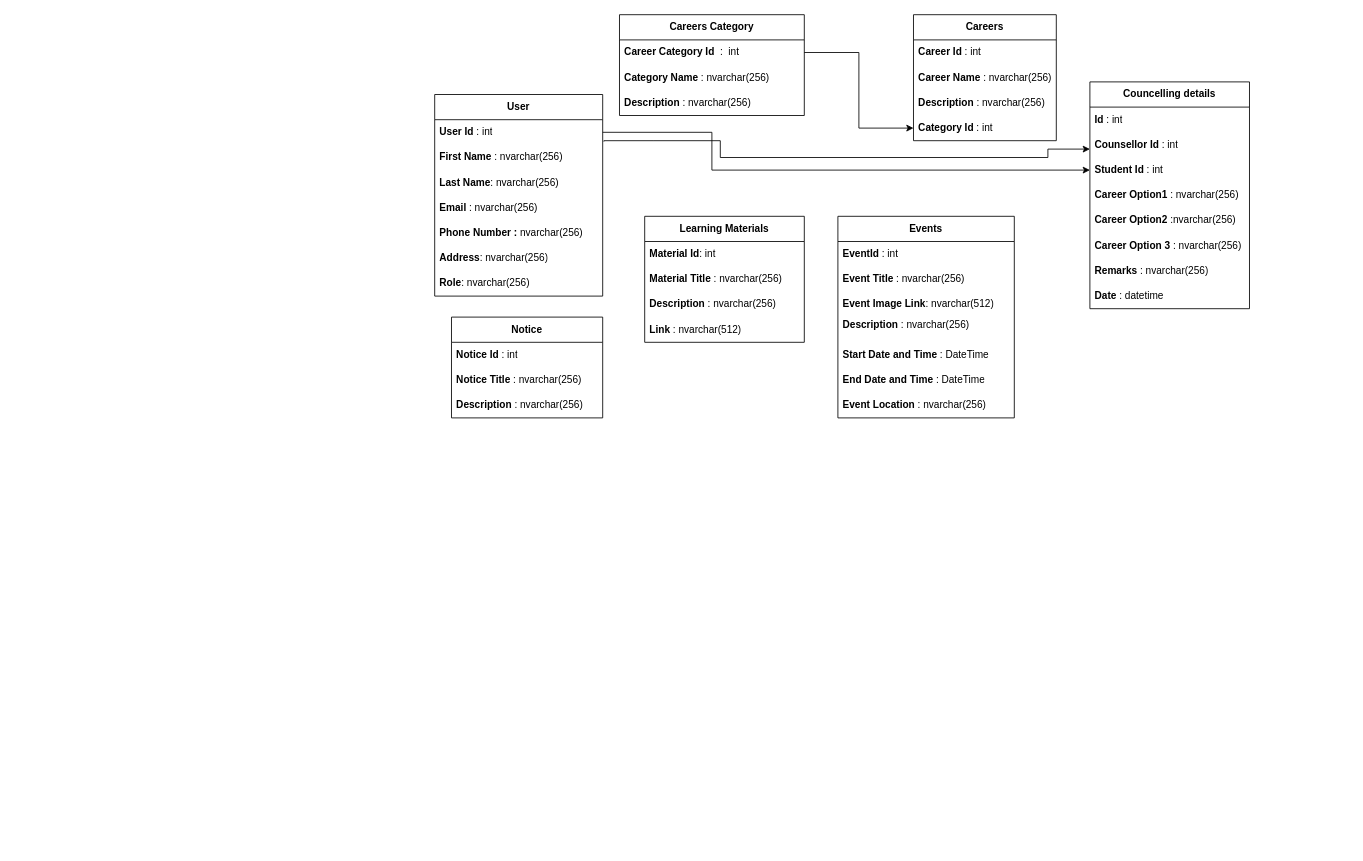
Earlier version of the draw.io diagram MutexSurvey.drawio (Ritikup/Database-Diagrams). Source tidied: cells renumbered, new cells numbered last; positions are measured from the earlier drawing's top-left corner, leaving out a move shared by most shapes. Both pictures are drawn from the tidied source at 84%, with x=0, y=0 at pixel (434, 14).
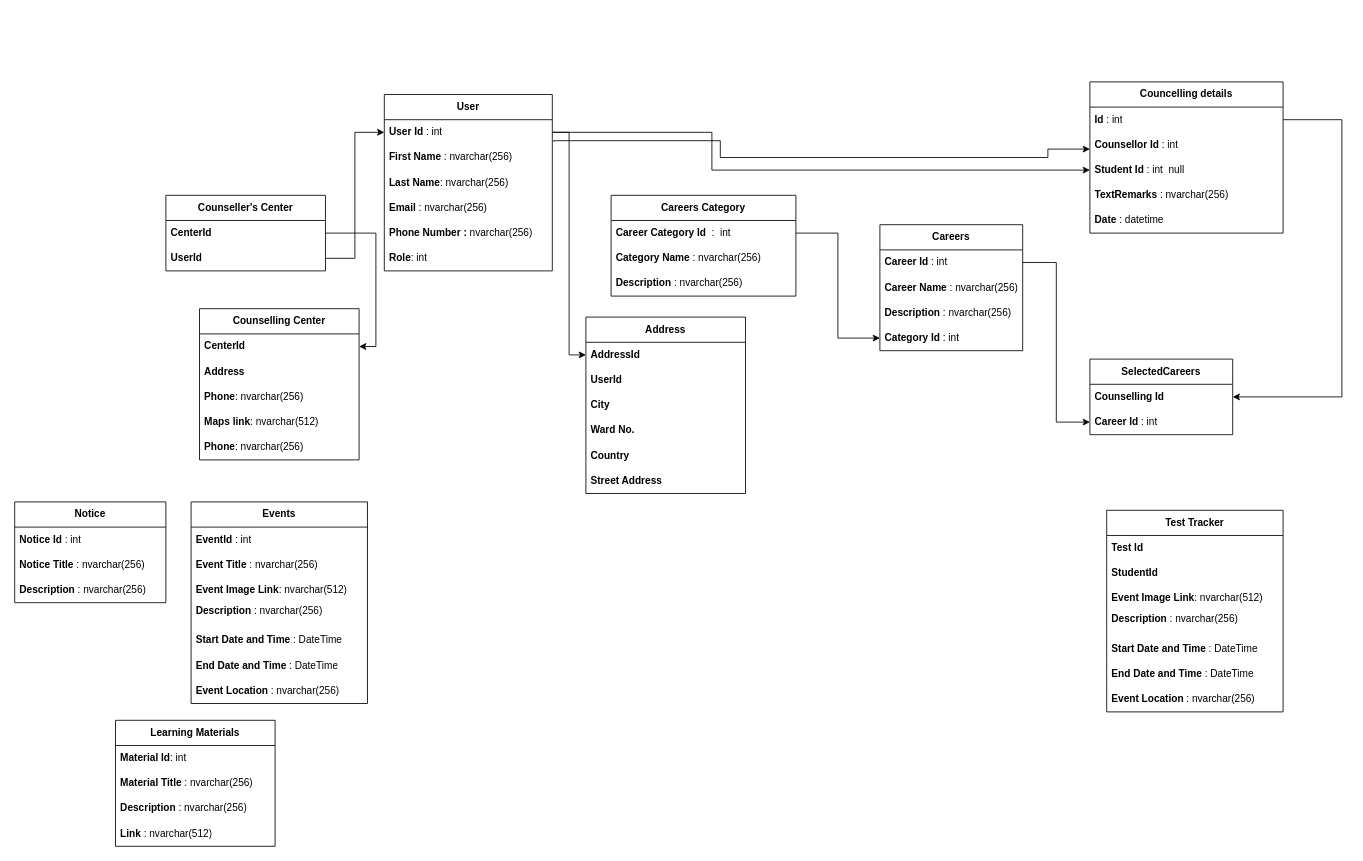
Above is the later version.

Unchanged cells that the change refers to:
```xml
<mxCell id="3" value="&lt;b&gt;User Id&lt;/b&gt; : int" style="text;strokeColor=none;fillColor=none;align=left;verticalAlign=middle;spacingLeft=4;spacingRight=4;overflow=hidden;points=[[0,0.5],[1,0.5]];portConstraint=eastwest;whiteSpace=wrap;html=1;" parent="2" vertex="1">
  <mxGeometry y="30" width="200" height="30" as="geometry" />
</mxCell>
<mxCell id="11" value="&lt;b&gt;Career Id &lt;/b&gt;: int" style="text;strokeColor=none;fillColor=none;align=left;verticalAlign=middle;spacingLeft=4;spacingRight=4;overflow=hidden;points=[[0,0.5],[1,0.5]];portConstraint=eastwest;whiteSpace=wrap;html=1;" parent="10" vertex="1">
  <mxGeometry y="30" width="170" height="30" as="geometry" />
</mxCell>
```

What changed in the source:
```diff
@@
     <mxCell id="2" value="&lt;b&gt;User&lt;/b&gt;" style="swimlane;fontStyle=0;horizontal=1;startSize=30;whiteSpace=wrap;html=1;" parent="1" vertex="1">
-      <mxGeometry y="95" width="200" height="240" as="geometry" />
+      <mxGeometry x="-60" y="95" width="200" height="210" as="geometry" />
     </mxCell>
@@
-    <mxCell id="8" value="&lt;b&gt;Address&lt;/b&gt;: nvarchar(256)" style="text;strokeColor=none;fillColor=none;align=left;verticalAlign=middle;spacingLeft=4;spacingRight=4;overflow=hidden;whiteSpace=wrap;html=1;" parent="2" vertex="1">
-      <mxGeometry y="180" width="200" height="30" as="geometry" />
-    </mxCell>
-    <mxCell id="9" value="&lt;b&gt;Role&lt;/b&gt;: nvarchar(256)" style="text;strokeColor=none;fillColor=none;align=left;verticalAlign=middle;spacingLeft=4;spacingRight=4;overflow=hidden;whiteSpace=wrap;html=1;" parent="2" vertex="1">
-      <mxGeometry y="210" width="200" height="30" as="geometry" />
+    <mxCell id="9" value="&lt;b&gt;Role&lt;/b&gt;: int" style="text;strokeColor=none;fillColor=none;align=left;verticalAlign=middle;spacingLeft=4;spacingRight=4;overflow=hidden;whiteSpace=wrap;html=1;" parent="2" vertex="1">
+      <mxGeometry y="180" width="200" height="30" as="geometry" />
     </mxCell>
     <mxCell id="10" value="&lt;b&gt;Careers&lt;/b&gt;" style="swimlane;fontStyle=0;horizontal=1;startSize=30;whiteSpace=wrap;html=1;" parent="1" vertex="1">
-      <mxGeometry x="570" width="170" height="150" as="geometry" />
+      <mxGeometry x="530" y="250" width="170" height="150" as="geometry" />
     </mxCell>
@@
     <mxCell id="15" value="&lt;b&gt;Careers Category&lt;/b&gt;" style="swimlane;fontStyle=0;horizontal=1;startSize=30;whiteSpace=wrap;html=1;" parent="1" vertex="1">
-      <mxGeometry x="220" width="220" height="120" as="geometry" />
+      <mxGeometry x="210" y="215" width="220" height="120" as="geometry" />
     </mxCell>
@@
     <mxCell id="19" value="&lt;b&gt;Learning Materials&lt;/b&gt;" style="swimlane;fontStyle=0;horizontal=1;startSize=30;whiteSpace=wrap;html=1;" parent="1" vertex="1">
-      <mxGeometry x="250" y="240" width="190" height="150" as="geometry" />
+      <mxGeometry x="-380" y="840" width="190" height="150" as="geometry" />
     </mxCell>
@@
     <mxCell id="25" value="&lt;b&gt;Events&lt;/b&gt;" style="swimlane;fontStyle=0;horizontal=1;startSize=30;whiteSpace=wrap;html=1;" parent="1" vertex="1">
-      <mxGeometry x="480" y="240" width="210" height="240" as="geometry" />
+      <mxGeometry x="-290" y="580" width="210" height="240" as="geometry" />
     </mxCell>
@@
     <mxCell id="33" value="&lt;b&gt;Notice&lt;/b&gt;" style="swimlane;fontStyle=0;horizontal=1;startSize=30;whiteSpace=wrap;html=1;" parent="1" vertex="1">
-      <mxGeometry x="20" y="360" width="180" height="120" as="geometry" />
+      <mxGeometry x="-500" y="580" width="180" height="120" as="geometry" />
     </mxCell>
@@
     <mxCell id="37" value="&lt;b&gt;Councelling details&lt;/b&gt;" style="swimlane;fontStyle=0;horizontal=1;startSize=30;whiteSpace=wrap;html=1;" parent="1" vertex="1">
-      <mxGeometry x="780" y="80" width="190" height="270" as="geometry" />
+      <mxGeometry x="780" y="80" width="230" height="180" as="geometry" />
     </mxCell>
     <mxCell id="38" value="&lt;b&gt;Id &lt;/b&gt;: int" style="text;strokeColor=none;fillColor=none;align=left;verticalAlign=middle;spacingLeft=4;spacingRight=4;overflow=hidden;points=[[0,0.5],[1,0.5]];portConstraint=eastwest;whiteSpace=wrap;html=1;" parent="37" vertex="1">
-      <mxGeometry y="30" width="190" height="30" as="geometry" />
+      <mxGeometry y="30" width="230" height="30" as="geometry" />
     </mxCell>
     <mxCell id="39" value="&lt;b&gt;Counsellor Id &lt;/b&gt;: int" style="text;strokeColor=none;fillColor=none;align=left;verticalAlign=middle;spacingLeft=4;spacingRight=4;overflow=hidden;whiteSpace=wrap;html=1;" parent="37" vertex="1">
-      <mxGeometry y="60" width="190" height="30" as="geometry" />
+      <mxGeometry y="60" width="230" height="30" as="geometry" />
     </mxCell>
-    <mxCell id="40" value="&lt;b&gt;Student Id &lt;/b&gt;: int&amp;nbsp;" style="text;strokeColor=none;fillColor=none;align=left;verticalAlign=middle;spacingLeft=4;spacingRight=4;overflow=hidden;points=[[0,0.5],[1,0.5]];portConstraint=eastwest;whiteSpace=wrap;html=1;" parent="37" vertex="1">
-      <mxGeometry y="90" width="190" height="30" as="geometry" />
-    </mxCell>
-    <mxCell id="41" value="&lt;b&gt;Career Option1 &lt;/b&gt;: nvarchar(256)" style="text;strokeColor=none;fillColor=none;align=left;verticalAlign=middle;spacingLeft=4;spacingRight=4;overflow=hidden;whiteSpace=wrap;html=1;" parent="37" vertex="1">
-      <mxGeometry y="120" width="190" height="30" as="geometry" />
-    </mxCell>
-    <mxCell id="42" value="&lt;b&gt;Career Option2 &lt;/b&gt;:nvarchar(256)" style="text;strokeColor=none;fillColor=none;align=left;verticalAlign=middle;spacingLeft=4;spacingRight=4;overflow=hidden;whiteSpace=wrap;html=1;" parent="37" vertex="1">
-      <mxGeometry y="150" width="190" height="30" as="geometry" />
-    </mxCell>
-    <mxCell id="43" value="&lt;b&gt;Career Option 3&lt;/b&gt; : nvarchar(256)" style="text;strokeColor=none;fillColor=none;align=left;verticalAlign=middle;spacingLeft=4;spacingRight=4;overflow=hidden;whiteSpace=wrap;html=1;" parent="37" vertex="1">
-      <mxGeometry y="180" width="190" height="30" as="geometry" />
-    </mxCell>
+    <mxCell id="48" value="&lt;b&gt;Student Id &lt;/b&gt;: int&amp;nbsp; null" style="text;strokeColor=none;fillColor=none;align=left;verticalAlign=middle;spacingLeft=4;spacingRight=4;overflow=hidden;whiteSpace=wrap;html=1;" parent="37" vertex="1">
+      <mxGeometry y="90" width="230" height="30" as="geometry" />
+    </mxCell>
-    <mxCell id="44" value="&lt;b&gt;Remarks &lt;/b&gt;: nvarchar(256)" style="text;strokeColor=none;fillColor=none;align=left;verticalAlign=middle;spacingLeft=4;spacingRight=4;overflow=hidden;whiteSpace=wrap;html=1;" parent="37" vertex="1">
-      <mxGeometry y="210" width="190" height="30" as="geometry" />
+    <mxCell id="44" value="&lt;b&gt;TextRemarks &lt;/b&gt;: nvarchar(256)" style="text;strokeColor=none;fillColor=none;align=left;verticalAlign=middle;spacingLeft=4;spacingRight=4;overflow=hidden;whiteSpace=wrap;html=1;" parent="37" vertex="1">
+      <mxGeometry y="120" width="230" height="30" as="geometry" />
     </mxCell>
     <mxCell id="45" value="&lt;b&gt;Date &lt;/b&gt;: datetime" style="text;strokeColor=none;fillColor=none;align=left;verticalAlign=middle;spacingLeft=4;spacingRight=4;overflow=hidden;whiteSpace=wrap;html=1;" parent="37" vertex="1">
-      <mxGeometry y="240" width="190" height="30" as="geometry" />
+      <mxGeometry y="150" width="230" height="30" as="geometry" />
     </mxCell>
-    <mxCell id="46" style="edgeStyle=orthogonalEdgeStyle;rounded=0;jettySize=auto;html=1;entryX=0;entryY=0.5;entryDx=0;entryDy=0;" parent="1" edge="1" source="3" target="40">
+    <mxCell id="46" style="edgeStyle=orthogonalEdgeStyle;rounded=0;jettySize=auto;html=1;" parent="1" edge="1" source="3">
       <mxGeometry relative="1" as="geometry">
+        <mxPoint x="780" y="185" as="targetPoint" />
         <Array as="points">
           <mxPoint x="330" y="140" />
           <mxPoint x="330" y="185" />
         </Array>
       </mxGeometry>
     </mxCell>
@@
+    <mxCell id="49" value="&lt;b&gt;SelectedCareers&lt;/b&gt;" style="swimlane;fontStyle=0;horizontal=1;startSize=30;whiteSpace=wrap;html=1;" parent="1" vertex="1">
+      <mxGeometry x="780" y="410" width="170" height="90" as="geometry" />
+    </mxCell>
+    <mxCell id="50" value="&lt;b&gt;Counselling Id&lt;/b&gt;" style="text;strokeColor=none;fillColor=none;align=left;verticalAlign=middle;spacingLeft=4;spacingRight=4;overflow=hidden;points=[[0,0.5],[1,0.5]];portConstraint=eastwest;whiteSpace=wrap;html=1;" parent="49" vertex="1">
+      <mxGeometry y="30" width="170" height="30" as="geometry" />
+    </mxCell>
+    <mxCell id="51" value="&lt;b&gt;Career Id &lt;/b&gt;: int" style="text;strokeColor=none;fillColor=none;align=left;verticalAlign=middle;spacingLeft=4;spacingRight=4;overflow=hidden;points=[[0,0.5],[1,0.5]];portConstraint=eastwest;whiteSpace=wrap;html=1;" parent="49" vertex="1">
+      <mxGeometry y="60" width="170" height="30" as="geometry" />
+    </mxCell>
+    <mxCell id="52" style="edgeStyle=orthogonalEdgeStyle;rounded=0;jettySize=auto;html=1;entryX=1;entryY=0.5;entryDx=0;entryDy=0;" parent="1" edge="1" source="38" target="50">
+      <mxGeometry relative="1" as="geometry">
+        <Array as="points">
+          <mxPoint x="1080" y="125" />
+          <mxPoint x="1080" y="455" />
+        </Array>
+      </mxGeometry>
+    </mxCell>
+    <mxCell id="53" style="edgeStyle=orthogonalEdgeStyle;rounded=0;jettySize=auto;html=1;entryX=0;entryY=0.5;entryDx=0;entryDy=0;" parent="1" edge="1" source="11" target="51">
+      <mxGeometry relative="1" as="geometry" />
+    </mxCell>
+    <mxCell id="54" value="&lt;b&gt;Counselling Center&lt;/b&gt;" style="swimlane;fontStyle=0;horizontal=1;startSize=30;whiteSpace=wrap;html=1;" parent="1" vertex="1">
+      <mxGeometry x="-280" y="350" width="190" height="180" as="geometry" />
+    </mxCell>
+    <mxCell id="55" value="&lt;b&gt;CenterId&lt;/b&gt;" style="text;strokeColor=none;fillColor=none;align=left;verticalAlign=middle;spacingLeft=4;spacingRight=4;overflow=hidden;points=[[0,0.5],[1,0.5]];portConstraint=eastwest;whiteSpace=wrap;html=1;" parent="54" vertex="1">
+      <mxGeometry y="30" width="190" height="30" as="geometry" />
+    </mxCell>
+    <mxCell id="56" value="&lt;b&gt;Address&lt;/b&gt;" style="text;strokeColor=none;fillColor=none;align=left;verticalAlign=middle;spacingLeft=4;spacingRight=4;overflow=hidden;whiteSpace=wrap;html=1;" parent="54" vertex="1">
+      <mxGeometry y="60" width="190" height="30" as="geometry" />
+    </mxCell>
+    <mxCell id="57" value="&lt;b&gt;Phone&lt;/b&gt;: nvarchar(256)" style="text;strokeColor=none;fillColor=none;align=left;verticalAlign=middle;spacingLeft=4;spacingRight=4;overflow=hidden;whiteSpace=wrap;html=1;" parent="54" vertex="1">
+      <mxGeometry y="90" width="190" height="30" as="geometry" />
+    </mxCell>
+    <mxCell id="58" value="&lt;b&gt;Maps link&lt;/b&gt;: nvarchar(512)" style="text;strokeColor=none;fillColor=none;align=left;verticalAlign=middle;spacingLeft=4;spacingRight=4;overflow=hidden;whiteSpace=wrap;html=1;" parent="54" vertex="1">
+      <mxGeometry y="120" width="190" height="30" as="geometry" />
+    </mxCell>
+    <mxCell id="59" value="&lt;b&gt;Phone&lt;/b&gt;: nvarchar(256)" style="text;strokeColor=none;fillColor=none;align=left;verticalAlign=middle;spacingLeft=4;spacingRight=4;overflow=hidden;whiteSpace=wrap;html=1;" parent="54" vertex="1">
+      <mxGeometry y="150" width="190" height="30" as="geometry" />
+    </mxCell>
+    <mxCell id="60" value="&lt;b&gt;Counseller's Center&lt;/b&gt;" style="swimlane;fontStyle=0;horizontal=1;startSize=30;whiteSpace=wrap;html=1;" parent="1" vertex="1">
+      <mxGeometry x="-320" y="215" width="190" height="90" as="geometry" />
+    </mxCell>
+    <mxCell id="61" value="&lt;b&gt;CenterId&lt;/b&gt;" style="text;strokeColor=none;fillColor=none;align=left;verticalAlign=middle;spacingLeft=4;spacingRight=4;overflow=hidden;points=[[0,0.5],[1,0.5]];portConstraint=eastwest;whiteSpace=wrap;html=1;" parent="60" vertex="1">
+      <mxGeometry y="30" width="190" height="30" as="geometry" />
+    </mxCell>
+    <mxCell id="62" value="&lt;b&gt;UserId&lt;/b&gt;" style="text;strokeColor=none;fillColor=none;align=left;verticalAlign=middle;spacingLeft=4;spacingRight=4;overflow=hidden;points=[[0,0.5],[1,0.5]];portConstraint=eastwest;whiteSpace=wrap;html=1;" parent="60" vertex="1">
+      <mxGeometry y="60" width="190" height="30" as="geometry" />
+    </mxCell>
+    <mxCell id="63" style="edgeStyle=orthogonalEdgeStyle;rounded=0;jettySize=auto;html=1;entryX=0;entryY=0.5;entryDx=0;entryDy=0;" parent="1" edge="1" source="62" target="3">
+      <mxGeometry relative="1" as="geometry" />
+    </mxCell>
+    <mxCell id="64" style="edgeStyle=orthogonalEdgeStyle;rounded=0;jettySize=auto;html=1;entryX=1;entryY=0.5;entryDx=0;entryDy=0;" parent="1" edge="1" source="61" target="55">
+      <mxGeometry relative="1" as="geometry" />
+    </mxCell>
+    <mxCell id="65" value="&lt;b&gt;Test Tracker&lt;/b&gt;" style="swimlane;fontStyle=0;horizontal=1;startSize=30;whiteSpace=wrap;html=1;" parent="1" vertex="1">
+      <mxGeometry x="800" y="590" width="210" height="240" as="geometry" />
+    </mxCell>
+    <mxCell id="66" value="&lt;b&gt;Test Id&lt;/b&gt;" style="text;strokeColor=none;fillColor=none;align=left;verticalAlign=middle;spacingLeft=4;spacingRight=4;overflow=hidden;whiteSpace=wrap;html=1;" parent="65" vertex="1">
+      <mxGeometry y="30" width="210" height="30" as="geometry" />
+    </mxCell>
+    <mxCell id="67" value="&lt;b&gt;StudentId&lt;/b&gt;" style="text;strokeColor=none;fillColor=none;align=left;verticalAlign=middle;spacingLeft=4;spacingRight=4;overflow=hidden;whiteSpace=wrap;html=1;" parent="65" vertex="1">
+      <mxGeometry y="60" width="210" height="30" as="geometry" />
+    </mxCell>
+    <mxCell id="68" value="&lt;b&gt;Event Image Link&lt;/b&gt;: nvarchar(512)" style="text;strokeColor=none;fillColor=none;align=left;verticalAlign=middle;spacingLeft=4;spacingRight=4;overflow=hidden;whiteSpace=wrap;html=1;" parent="65" vertex="1">
+      <mxGeometry y="90" width="210" height="30" as="geometry" />
+    </mxCell>
+    <mxCell id="69" value="&lt;b&gt;Description &lt;/b&gt;: nvarchar(256)&lt;br&gt;&amp;nbsp;" style="text;strokeColor=none;fillColor=none;align=left;verticalAlign=middle;spacingLeft=4;spacingRight=4;overflow=hidden;whiteSpace=wrap;html=1;" parent="65" vertex="1">
+      <mxGeometry y="120" width="210" height="30" as="geometry" />
+    </mxCell>
+    <mxCell id="70" value="&lt;b&gt;Start Date and Time&lt;/b&gt; : DateTime" style="text;strokeColor=none;fillColor=none;align=left;verticalAlign=middle;spacingLeft=4;spacingRight=4;overflow=hidden;whiteSpace=wrap;html=1;" parent="65" vertex="1">
+      <mxGeometry y="150" width="210" height="30" as="geometry" />
+    </mxCell>
+    <mxCell id="71" value="&lt;b&gt;End Date and Time &lt;/b&gt;: DateTime" style="text;strokeColor=none;fillColor=none;align=left;verticalAlign=middle;spacingLeft=4;spacingRight=4;overflow=hidden;whiteSpace=wrap;html=1;" parent="65" vertex="1">
+      <mxGeometry y="180" width="210" height="30" as="geometry" />
+    </mxCell>
+    <mxCell id="72" value="&lt;b&gt;Event Location &lt;/b&gt;: nvarchar(256)" style="text;strokeColor=none;fillColor=none;align=left;verticalAlign=middle;spacingLeft=4;spacingRight=4;overflow=hidden;whiteSpace=wrap;html=1;" parent="65" vertex="1">
+      <mxGeometry y="210" width="210" height="30" as="geometry" />
+    </mxCell>
+    <mxCell id="73" value="&lt;b&gt;Address&lt;/b&gt;" style="swimlane;fontStyle=0;horizontal=1;startSize=30;whiteSpace=wrap;html=1;" parent="1" vertex="1">
+      <mxGeometry x="180" y="360" width="190" height="210" as="geometry" />
+    </mxCell>
+    <mxCell id="74" value="&lt;b&gt;AddressId&lt;/b&gt;" style="text;strokeColor=none;fillColor=none;align=left;verticalAlign=middle;spacingLeft=4;spacingRight=4;overflow=hidden;points=[[0,0.5],[1,0.5]];portConstraint=eastwest;whiteSpace=wrap;html=1;" parent="73" vertex="1">
+      <mxGeometry y="30" width="190" height="30" as="geometry" />
+    </mxCell>
+    <mxCell id="75" value="&lt;b&gt;UserId&lt;/b&gt;" style="text;strokeColor=none;fillColor=none;align=left;verticalAlign=middle;spacingLeft=4;spacingRight=4;overflow=hidden;whiteSpace=wrap;html=1;" parent="73" vertex="1">
+      <mxGeometry y="60" width="190" height="30" as="geometry" />
+    </mxCell>
+    <mxCell id="76" value="&lt;b&gt;City&lt;/b&gt;" style="text;strokeColor=none;fillColor=none;align=left;verticalAlign=middle;spacingLeft=4;spacingRight=4;overflow=hidden;whiteSpace=wrap;html=1;" parent="73" vertex="1">
+      <mxGeometry y="90" width="190" height="30" as="geometry" />
+    </mxCell>
+    <mxCell id="77" value="&lt;b&gt;Ward No.&lt;/b&gt;" style="text;strokeColor=none;fillColor=none;align=left;verticalAlign=middle;spacingLeft=4;spacingRight=4;overflow=hidden;whiteSpace=wrap;html=1;" parent="73" vertex="1">
+      <mxGeometry y="120" width="190" height="30" as="geometry" />
+    </mxCell>
+    <mxCell id="78" value="&lt;b&gt;Country&lt;/b&gt;" style="text;strokeColor=none;fillColor=none;align=left;verticalAlign=middle;spacingLeft=4;spacingRight=4;overflow=hidden;whiteSpace=wrap;html=1;" parent="73" vertex="1">
+      <mxGeometry y="150" width="190" height="30" as="geometry" />
+    </mxCell>
+    <mxCell id="79" value="&lt;b&gt;Street Address&lt;/b&gt;" style="text;strokeColor=none;fillColor=none;align=left;verticalAlign=middle;spacingLeft=4;spacingRight=4;overflow=hidden;whiteSpace=wrap;html=1;" parent="73" vertex="1">
+      <mxGeometry y="180" width="190" height="30" as="geometry" />
+    </mxCell>
+    <mxCell id="80" style="edgeStyle=orthogonalEdgeStyle;rounded=0;jettySize=auto;html=1;entryX=0;entryY=0.5;entryDx=0;entryDy=0;" parent="1" edge="1" source="3" target="74">
+      <mxGeometry relative="1" as="geometry" />
+    </mxCell>
```
